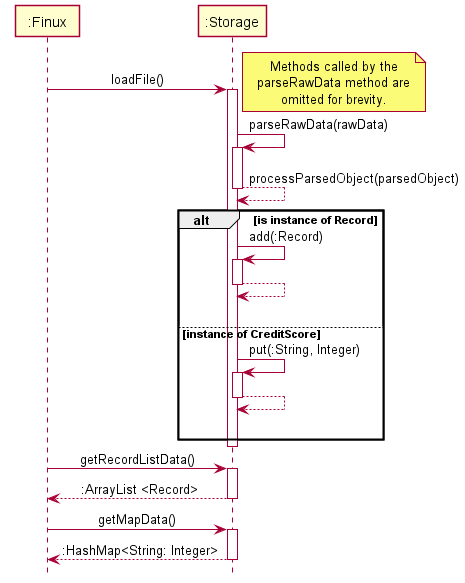
Above: docs/img/StorageSequenceDiagramLoad.png in nus-cs2113-AY2021S2/tp (PlantUML), before the change.
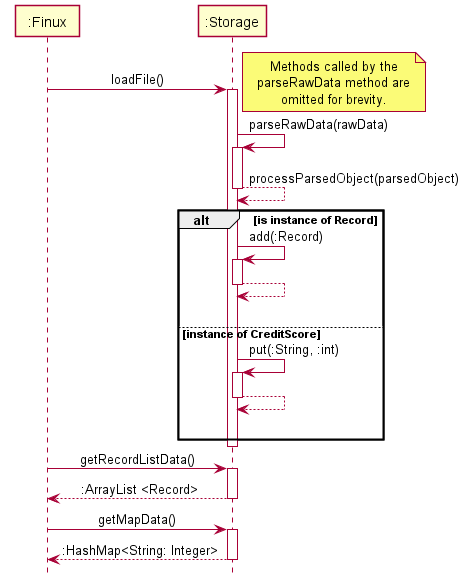
Above is the later version.

Diff of the diagram source:
```diff
@@ -23,7 +23,7 @@
     Storage -[hidden]> Storage
 
 else instance of CreditScore
-    Storage -> Storage : put(:String, Integer)
+    Storage -> Storage : put(:String, :int)
     activate Storage
         Storage --> Storage
         deactivate Storage
```
